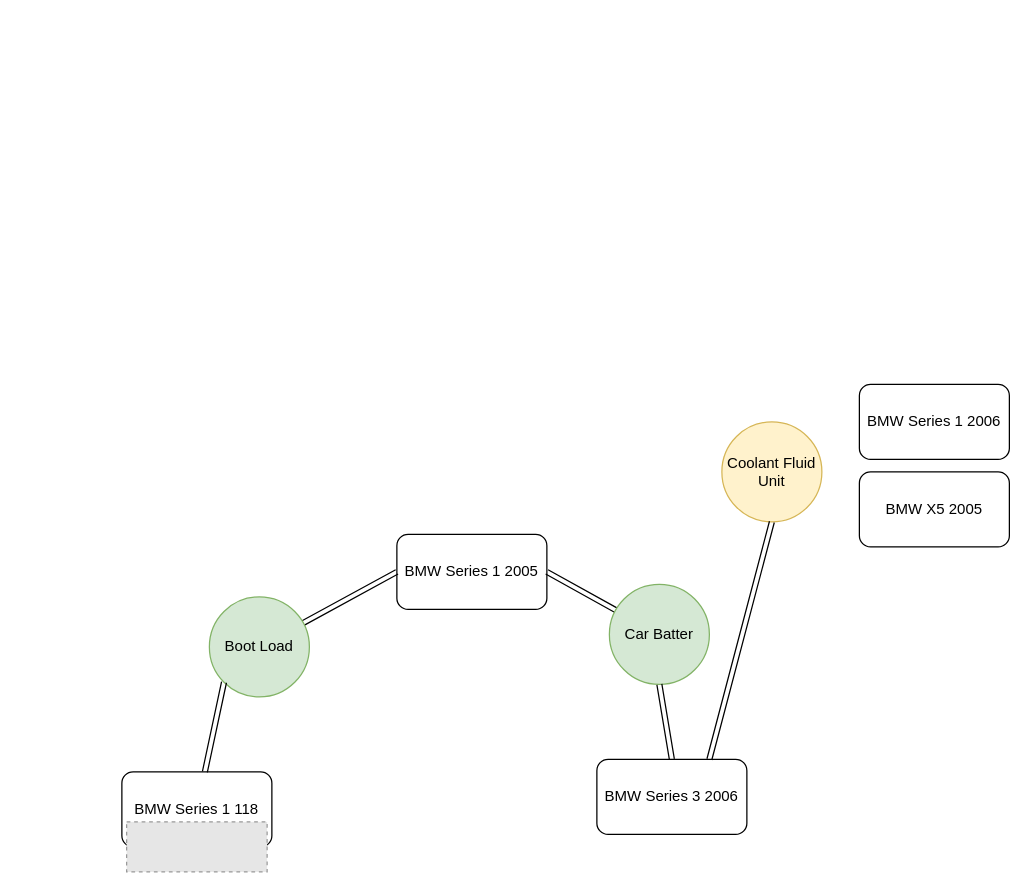
Earlier version of the draw.io diagram BMW PARTS Compatibity Manchester UK.drawio (Fgohar/BMW-CAR-PARTS-MANCHESTER-UK). Source tidied: cells renumbered, new cells numbered last; positions are measured from the earlier drawing's top-left corner, leaving out a move shared by most shapes. Both pictures are drawn from the tidied source at 125%, with x=0, y=0 at pixel (121, 384). Pictures stored in the file or linked from it are replaced by grey dashed boxes.
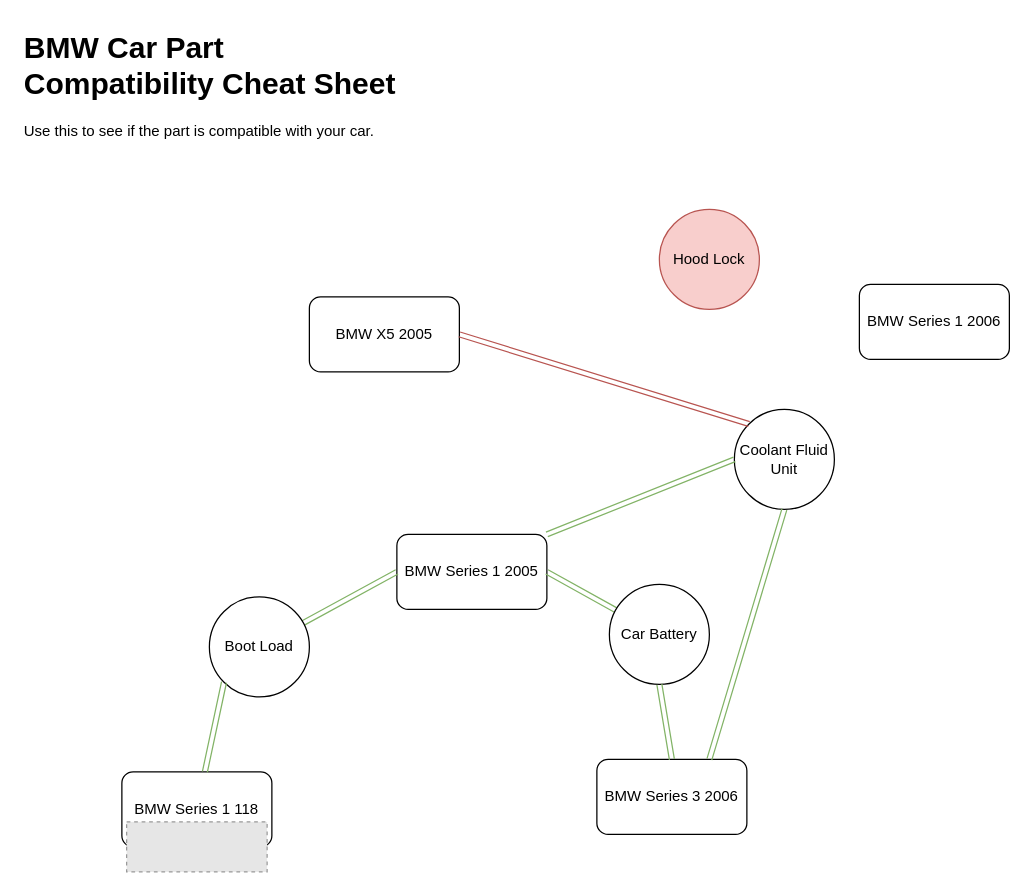
After the change.

The change refers to these unchanged cells:
```xml
<mxCell id="3" value="BMW Series 1 2005" style="rounded=1;whiteSpace=wrap;html=1;" parent="1" vertex="1">
  <mxGeometry x="220" y="120" width="120" height="60" as="geometry" />
</mxCell>
<mxCell id="4" value="BMW Series 3 2006" style="rounded=1;whiteSpace=wrap;html=1;" parent="1" vertex="1">
  <mxGeometry x="380" y="300" width="120" height="60" as="geometry" />
</mxCell>
<mxCell id="9" value="BMW Series 1 118" style="rounded=1;whiteSpace=wrap;html=1;" parent="8" vertex="1">
  <mxGeometry width="120" height="60" as="geometry" />
</mxCell>
```

Change to the diagram source:
```diff
@@
     <mxCell id="2" value="BMW Series 1 2006" style="rounded=1;whiteSpace=wrap;html=1;" parent="1" vertex="1">
-      <mxGeometry x="590" width="120" height="60" as="geometry" />
+      <mxGeometry x="590" y="-80" width="120" height="60" as="geometry" />
     </mxCell>
@@
     <mxCell id="5" value="BMW X5 2005" style="rounded=1;whiteSpace=wrap;html=1;" parent="1" vertex="1">
-      <mxGeometry x="590" y="70" width="120" height="60" as="geometry" />
+      <mxGeometry x="150" y="-70" width="120" height="60" as="geometry" />
     </mxCell>
-    <mxCell id="6" style="rounded=0;jettySize=auto;html=1;entryX=0;entryY=0.5;entryDx=0;entryDy=0;shape=link;" parent="1" edge="1" source="7" target="3">
+    <mxCell id="6" style="rounded=0;jettySize=auto;html=1;entryX=0;entryY=0.5;entryDx=0;entryDy=0;shape=link;fillColor=#d5e8d4;strokeColor=#82b366;" parent="1" edge="1" source="7" target="3">
       <mxGeometry relative="1" as="geometry" />
     </mxCell>
-    <mxCell id="7" value="Boot Load" style="ellipse;whiteSpace=wrap;html=1;fillColor=#d5e8d4;strokeColor=#82b366;" parent="1" vertex="1">
+    <mxCell id="7" value="Boot Load" style="ellipse;whiteSpace=wrap;html=1;" parent="1" vertex="1">
       <mxGeometry x="70" y="170" width="80" height="80" as="geometry" />
     </mxCell>
@@
-    <mxCell id="11" style="rounded=0;jettySize=auto;html=1;entryX=0;entryY=1;entryDx=0;entryDy=0;shape=link;" parent="1" edge="1" source="9" target="7">
+    <mxCell id="11" style="rounded=0;jettySize=auto;html=1;entryX=0;entryY=1;entryDx=0;entryDy=0;shape=link;fillColor=#d5e8d4;strokeColor=#82b366;" parent="1" edge="1" source="9" target="7">
       <mxGeometry relative="1" as="geometry" />
     </mxCell>
-    <mxCell id="12" style="rounded=0;jettySize=auto;html=1;entryX=1;entryY=0.5;entryDx=0;entryDy=0;shape=link;" parent="1" edge="1" source="13" target="3">
+    <mxCell id="12" style="rounded=0;jettySize=auto;html=1;entryX=1;entryY=0.5;entryDx=0;entryDy=0;shape=link;fillColor=#d5e8d4;strokeColor=#82b366;" parent="1" edge="1" source="13" target="3">
       <mxGeometry relative="1" as="geometry" />
     </mxCell>
-    <mxCell id="13" value="Car Batter" style="ellipse;whiteSpace=wrap;html=1;fillColor=#d5e8d4;strokeColor=#82b366;" parent="1" vertex="1">
+    <mxCell id="13" value="Car Battery" style="ellipse;whiteSpace=wrap;html=1;" parent="1" vertex="1">
       <mxGeometry x="390" y="160" width="80" height="80" as="geometry" />
     </mxCell>
-    <mxCell id="14" style="rounded=0;jettySize=auto;html=1;entryX=0.5;entryY=1;entryDx=0;entryDy=0;shape=link;exitX=0.5;exitY=0;exitDx=0;exitDy=0;" parent="1" edge="1" source="4" target="13">
+    <mxCell id="14" style="rounded=0;jettySize=auto;html=1;entryX=0.5;entryY=1;entryDx=0;entryDy=0;shape=link;exitX=0.5;exitY=0;exitDx=0;exitDy=0;fillColor=#d5e8d4;strokeColor=#82b366;" parent="1" edge="1" source="4" target="13">
       <mxGeometry relative="1" as="geometry" />
     </mxCell>
-    <mxCell id="15" value="Coolant Fluid Unit" style="ellipse;whiteSpace=wrap;html=1;fillColor=#fff2cc;strokeColor=#d6b656;" parent="1" vertex="1">
-      <mxGeometry x="480" y="30" width="80" height="80" as="geometry" />
+    <mxCell id="15" value="Coolant Fluid Unit" style="ellipse;whiteSpace=wrap;html=1;" parent="1" vertex="1">
+      <mxGeometry x="490" y="20" width="80" height="80" as="geometry" />
     </mxCell>
-    <mxCell id="16" style="rounded=0;jettySize=auto;html=1;entryX=0.5;entryY=1;entryDx=0;entryDy=0;shape=link;exitX=0.75;exitY=0;exitDx=0;exitDy=0;" parent="1" edge="1" source="4" target="15">
+    <mxCell id="16" style="rounded=0;jettySize=auto;html=1;entryX=0.5;entryY=1;entryDx=0;entryDy=0;shape=link;exitX=0.75;exitY=0;exitDx=0;exitDy=0;fillColor=#d5e8d4;strokeColor=#82b366;" parent="1" edge="1" source="4" target="15">
       <mxGeometry relative="1" as="geometry" />
     </mxCell>
+    <mxCell id="17" style="rounded=0;jettySize=auto;html=1;entryX=0;entryY=0.5;entryDx=0;entryDy=0;shape=link;exitX=1;exitY=0;exitDx=0;exitDy=0;fillColor=#d5e8d4;strokeColor=#82b366;" parent="1" edge="1" source="3" target="15">
+      <mxGeometry relative="1" as="geometry" />
+    </mxCell>
+    <mxCell id="18" value="Hood Lock" style="ellipse;whiteSpace=wrap;html=1;fillColor=#f8cecc;strokeColor=#b85450;" parent="1" vertex="1">
+      <mxGeometry x="430" y="-140" width="80" height="80" as="geometry" />
+    </mxCell>
+    <mxCell id="19" style="rounded=0;jettySize=auto;html=1;entryX=1;entryY=0.5;entryDx=0;entryDy=0;shape=link;exitX=0;exitY=0;exitDx=0;exitDy=0;fillColor=#f8cecc;strokeColor=#b85450;" parent="1" edge="1" source="15" target="5">
+      <mxGeometry relative="1" as="geometry" />
+    </mxCell>
+    <mxCell id="20" value="&lt;h1 style=&quot;margin-top: 0px;&quot;&gt;BMW Car Part Compatibility Cheat Sheet&lt;/h1&gt;&lt;p&gt;Use this to see if the part is compatible with your car.&lt;/p&gt;" style="text;html=1;whiteSpace=wrap;overflow=hidden;rounded=0;" parent="1" vertex="1">
+      <mxGeometry x="-80" y="-290" width="320" height="120" as="geometry" />
+    </mxCell>
```
